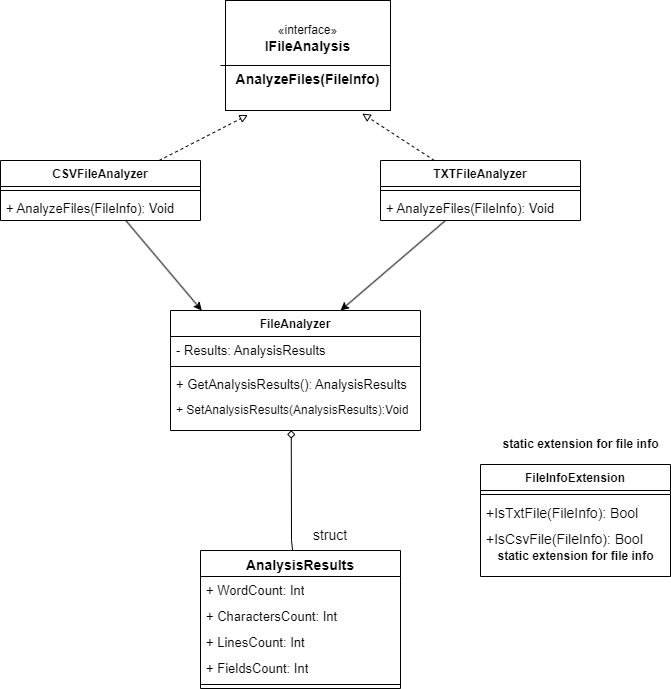
dinaiprahem/FileAnalyzer keeps this draw.io diagram as FileAnalyzerUML.png. Above is the earlier version. Source tidied: cells renumbered, new cells last; positions are measured from the earlier drawing's top-left corner, leaving out a move shared by most shapes. Source of this version:
```xml
<mxGraphModel>
  <root>
    <mxCell id="0" />
    <mxCell id="1" parent="0" />
    <mxCell id="2" value="«interface»&lt;br&gt;&lt;b style=&quot;font-size: 14px;&quot;&gt;IFileAnalysis&lt;/b&gt;&lt;div&gt;&lt;b style=&quot;font-size: 14px;&quot;&gt;&lt;br&gt;&lt;/b&gt;&lt;/div&gt;&lt;div&gt;&lt;span style=&quot;font-size: 14px;&quot;&gt;&lt;b&gt;AnalyzeFiles(FileInfo)&lt;/b&gt;&lt;/span&gt;&lt;/div&gt;" style="html=1;whiteSpace=wrap;" parent="1" vertex="1">
      <mxGeometry x="225" width="165" height="110" as="geometry" />
    </mxCell>
    <mxCell id="3" style="line;strokeWidth=1;dashed=0;labelPosition=right;align=left;verticalAlign=middle;spacingTop=0;spacingLeft=6;" parent="1" vertex="1">
      <mxGeometry x="220" y="60" width="170" height="10" as="geometry" />
    </mxCell>
    <mxCell id="4" value="CSVFileAnalyzer" style="swimlane;fontStyle=1;align=center;verticalAlign=top;horizontal=1;startSize=26;whiteSpace=wrap;html=1;" parent="1" vertex="1">
      <mxGeometry y="160" width="200" height="60" as="geometry" />
    </mxCell>
    <mxCell id="5" style="line;strokeWidth=1;fillColor=none;align=left;verticalAlign=middle;spacingTop=-1;spacingLeft=3;spacingRight=3;labelPosition=right;strokeColor=inherit;" parent="4" vertex="1">
      <mxGeometry y="26" width="200" height="8" as="geometry" />
    </mxCell>
    <mxCell id="6" value="+ AnalyzeFiles(FileInfo): Void" style="text;strokeColor=none;fillColor=none;align=left;verticalAlign=top;spacingLeft=4;spacingRight=4;overflow=hidden;whiteSpace=wrap;html=1;fontSize=13;" parent="4" vertex="1">
      <mxGeometry y="34" width="200" height="26" as="geometry" />
    </mxCell>
    <mxCell id="7" value="TXTFileAnalyzer" style="swimlane;fontStyle=1;align=center;verticalAlign=top;horizontal=1;startSize=26;whiteSpace=wrap;html=1;" parent="1" vertex="1">
      <mxGeometry x="380" y="160" width="200" height="60" as="geometry" />
    </mxCell>
    <mxCell id="8" style="line;strokeWidth=1;fillColor=none;align=left;verticalAlign=middle;spacingTop=-1;spacingLeft=3;spacingRight=3;labelPosition=right;strokeColor=inherit;" parent="7" vertex="1">
      <mxGeometry y="26" width="200" height="8" as="geometry" />
    </mxCell>
    <mxCell id="9" value="&lt;span style=&quot;font-size: 13px;&quot;&gt;+ AnalyzeFiles(FileInfo): Void&lt;/span&gt;" style="text;strokeColor=none;fillColor=none;align=left;verticalAlign=top;spacingLeft=4;spacingRight=4;overflow=hidden;whiteSpace=wrap;html=1;" parent="7" vertex="1">
      <mxGeometry y="34" width="200" height="26" as="geometry" />
    </mxCell>
    <mxCell id="10" value="FileAnalyzer" style="swimlane;fontStyle=1;align=center;verticalAlign=top;horizontal=1;startSize=26;whiteSpace=wrap;html=1;" parent="1" vertex="1">
      <mxGeometry x="170" y="310" width="250" height="120" as="geometry" />
    </mxCell>
    <mxCell id="11" value="&lt;span style=&quot;font-size: 13px;&quot;&gt;- Results: AnalysisResults&lt;/span&gt;" style="text;strokeColor=none;fillColor=none;align=left;verticalAlign=top;spacingLeft=4;spacingRight=4;overflow=hidden;whiteSpace=wrap;html=1;" parent="10" vertex="1">
      <mxGeometry y="26" width="250" height="26" as="geometry" />
    </mxCell>
    <mxCell id="12" style="line;strokeWidth=1;fillColor=none;align=left;verticalAlign=middle;spacingTop=-1;spacingLeft=3;spacingRight=3;labelPosition=right;strokeColor=inherit;" parent="10" vertex="1">
      <mxGeometry y="52" width="250" height="8" as="geometry" />
    </mxCell>
    <mxCell id="13" value="+ GetAnalysisResults():&amp;nbsp;&lt;span style=&quot;font-size: 13px;&quot;&gt;AnalysisResults&lt;/span&gt;" style="text;strokeColor=none;fillColor=none;align=left;verticalAlign=top;spacingLeft=4;spacingRight=4;overflow=hidden;whiteSpace=wrap;html=1;fontSize=13;" parent="10" vertex="1">
      <mxGeometry y="60" width="250" height="26" as="geometry" />
    </mxCell>
    <mxCell id="14" value="+ SetAnalysisResults(&lt;span style=&quot;font-size: 12px;&quot;&gt;AnalysisResults&lt;/span&gt;):Void" style="text;strokeColor=none;fillColor=none;align=left;verticalAlign=top;spacingLeft=4;spacingRight=4;overflow=hidden;points=[[0,0.5],[1,0.5]];portConstraint=eastwest;whiteSpace=wrap;html=1;fontSize=12;" parent="10" vertex="1">
      <mxGeometry y="86" width="250" height="34" as="geometry" />
    </mxCell>
    <mxCell id="15" value="AnalysisResults" style="swimlane;fontStyle=1;align=center;verticalAlign=top;horizontal=1;startSize=26;whiteSpace=wrap;html=1;fontSize=14;" parent="1" vertex="1">
      <mxGeometry x="200" y="550" width="200" height="138" as="geometry" />
    </mxCell>
    <mxCell id="16" value="+ WordCount: Int" style="text;strokeColor=none;fillColor=none;align=left;verticalAlign=top;spacingLeft=4;spacingRight=4;overflow=hidden;whiteSpace=wrap;html=1;fontSize=13;" parent="15" vertex="1">
      <mxGeometry y="26" width="200" height="26" as="geometry" />
    </mxCell>
    <mxCell id="17" value="+ CharactersCount: Int" style="text;strokeColor=none;fillColor=none;align=left;verticalAlign=top;spacingLeft=4;spacingRight=4;overflow=hidden;whiteSpace=wrap;html=1;fontSize=13;" parent="15" vertex="1">
      <mxGeometry y="52" width="200" height="26" as="geometry" />
    </mxCell>
    <mxCell id="18" value="+ LinesCount: Int" style="text;strokeColor=none;fillColor=none;align=left;verticalAlign=top;spacingLeft=4;spacingRight=4;overflow=hidden;whiteSpace=wrap;html=1;fontSize=13;" parent="15" vertex="1">
      <mxGeometry y="78" width="200" height="26" as="geometry" />
    </mxCell>
    <mxCell id="19" value="+ FieldsCount: Int" style="text;strokeColor=none;fillColor=none;align=left;verticalAlign=top;spacingLeft=4;spacingRight=4;overflow=hidden;whiteSpace=wrap;html=1;fontSize=13;" parent="15" vertex="1">
      <mxGeometry y="104" width="200" height="26" as="geometry" />
    </mxCell>
    <mxCell id="20" style="line;strokeWidth=1;fillColor=none;align=left;verticalAlign=middle;spacingTop=-1;spacingLeft=3;spacingRight=3;labelPosition=right;strokeColor=inherit;" parent="15" vertex="1">
      <mxGeometry y="130" width="200" height="8" as="geometry" />
    </mxCell>
    <mxCell id="21" style="rounded=0;jettySize=auto;html=1;entryX=0.136;entryY=1.041;entryDx=0;entryDy=0;entryPerimeter=0;dashed=1;endArrow=block;endFill=0;" parent="1" edge="1" source="4" target="2">
      <mxGeometry relative="1" as="geometry" />
    </mxCell>
    <mxCell id="22" style="rounded=0;jettySize=auto;html=1;entryX=0.829;entryY=1.028;entryDx=0;entryDy=0;entryPerimeter=0;dashed=1;endArrow=block;endFill=0;" parent="1" edge="1" source="7" target="2">
      <mxGeometry relative="1" as="geometry" />
    </mxCell>
    <mxCell id="23" style="rounded=0;jettySize=auto;html=1;entryX=0.125;entryY=0;entryDx=0;entryDy=0;entryPerimeter=0;" parent="1" edge="1" source="4" target="10">
      <mxGeometry relative="1" as="geometry" />
    </mxCell>
    <mxCell id="24" style="rounded=0;jettySize=auto;html=1;" parent="1" edge="1" source="7">
      <mxGeometry relative="1" as="geometry">
        <mxPoint x="340" y="310" as="targetPoint" />
      </mxGeometry>
    </mxCell>
    <mxCell id="25" style="rounded=0;jettySize=auto;html=1;endArrow=diamond;endFill=0;entryX=0.483;entryY=0.992;entryDx=0;entryDy=0;entryPerimeter=0;" parent="1" edge="1" source="15" target="14">
      <mxGeometry relative="1" as="geometry">
        <Array as="points">
          <mxPoint x="291" y="540" />
        </Array>
      </mxGeometry>
    </mxCell>
    <mxCell id="26" value="struct" style="text;html=1;align=center;verticalAlign=middle;whiteSpace=wrap;rounded=0;fontSize=14;" parent="1" vertex="1">
      <mxGeometry x="300" y="520" width="60" height="30" as="geometry" />
    </mxCell>
    <mxCell id="27" value="FileInfoExtension" style="swimlane;fontStyle=1;align=center;verticalAlign=top;horizontal=1;startSize=26;whiteSpace=wrap;html=1;" parent="1" vertex="1">
      <mxGeometry x="480" y="464" width="190" height="112" as="geometry" />
    </mxCell>
    <mxCell id="28" style="line;strokeWidth=1;fillColor=none;align=left;verticalAlign=middle;spacingTop=-1;spacingLeft=3;spacingRight=3;labelPosition=right;strokeColor=inherit;" parent="27" vertex="1">
      <mxGeometry y="26" width="190" height="8" as="geometry" />
    </mxCell>
    <mxCell id="29" value="+IsTxtFile(FileInfo): Bool" style="text;strokeColor=none;fillColor=none;align=left;verticalAlign=top;spacingLeft=4;spacingRight=4;overflow=hidden;whiteSpace=wrap;html=1;fontSize=14;" parent="27" vertex="1">
      <mxGeometry y="34" width="190" height="26" as="geometry" />
    </mxCell>
    <mxCell id="30" value="+IsCsvFile(FileInfo): Bool" style="text;strokeColor=none;fillColor=none;align=left;verticalAlign=top;spacingLeft=4;spacingRight=4;overflow=hidden;whiteSpace=wrap;html=1;fontSize=14;" parent="27" vertex="1">
      <mxGeometry y="60" width="190" height="26" as="geometry" />
    </mxCell>
    <mxCell id="31" value="static extension for file info&lt;div&gt;&lt;br&gt;&lt;/div&gt;" style="text;align=center;fontStyle=1;verticalAlign=middle;spacingLeft=3;spacingRight=3;strokeColor=none;html=1;" parent="27" vertex="1">
      <mxGeometry y="86" width="190" height="26" as="geometry" />
    </mxCell>
    <mxCell id="32" value="static extension for file info&lt;div&gt;&lt;br&gt;&lt;/div&gt;" style="text;align=center;fontStyle=1;verticalAlign=middle;spacingLeft=3;spacingRight=3;strokeColor=none;html=1;" parent="1" vertex="1">
      <mxGeometry x="540" y="438" width="80" height="26" as="geometry" />
    </mxCell>
  </root>
</mxGraphModel>
```
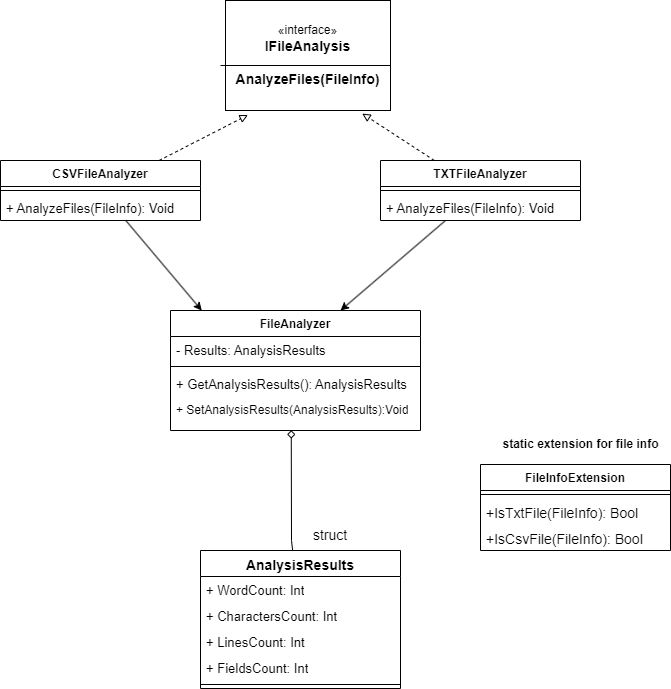
After the commit.

Commit message:
Adding UML Diagram

Change to the diagram source:
```diff
@@ -84,7 +84,7 @@
       <mxGeometry x="300" y="520" width="60" height="30" as="geometry" />
     </mxCell>
     <mxCell id="27" value="FileInfoExtension" style="swimlane;fontStyle=1;align=center;verticalAlign=top;horizontal=1;startSize=26;whiteSpace=wrap;html=1;" parent="1" vertex="1">
-      <mxGeometry x="480" y="464" width="190" height="112" as="geometry" />
+      <mxGeometry x="480" y="464" width="190" height="86" as="geometry" />
     </mxCell>
     <mxCell id="28" style="line;strokeWidth=1;fillColor=none;align=left;verticalAlign=middle;spacingTop=-1;spacingLeft=3;spacingRight=3;labelPosition=right;strokeColor=inherit;" parent="27" vertex="1">
       <mxGeometry y="26" width="190" height="8" as="geometry" />
@@ -95,9 +95,6 @@
     <mxCell id="30" value="+IsCsvFile(FileInfo): Bool" style="text;strokeColor=none;fillColor=none;align=left;verticalAlign=top;spacingLeft=4;spacingRight=4;overflow=hidden;whiteSpace=wrap;html=1;fontSize=14;" parent="27" vertex="1">
       <mxGeometry y="60" width="190" height="26" as="geometry" />
     </mxCell>
-    <mxCell id="31" value="static extension for file info&lt;div&gt;&lt;br&gt;&lt;/div&gt;" style="text;align=center;fontStyle=1;verticalAlign=middle;spacingLeft=3;spacingRight=3;strokeColor=none;html=1;" parent="27" vertex="1">
-      <mxGeometry y="86" width="190" height="26" as="geometry" />
-    </mxCell>
     <mxCell id="32" value="static extension for file info&lt;div&gt;&lt;br&gt;&lt;/div&gt;" style="text;align=center;fontStyle=1;verticalAlign=middle;spacingLeft=3;spacingRight=3;strokeColor=none;html=1;" parent="1" vertex="1">
       <mxGeometry x="540" y="438" width="80" height="26" as="geometry" />
     </mxCell>
```
